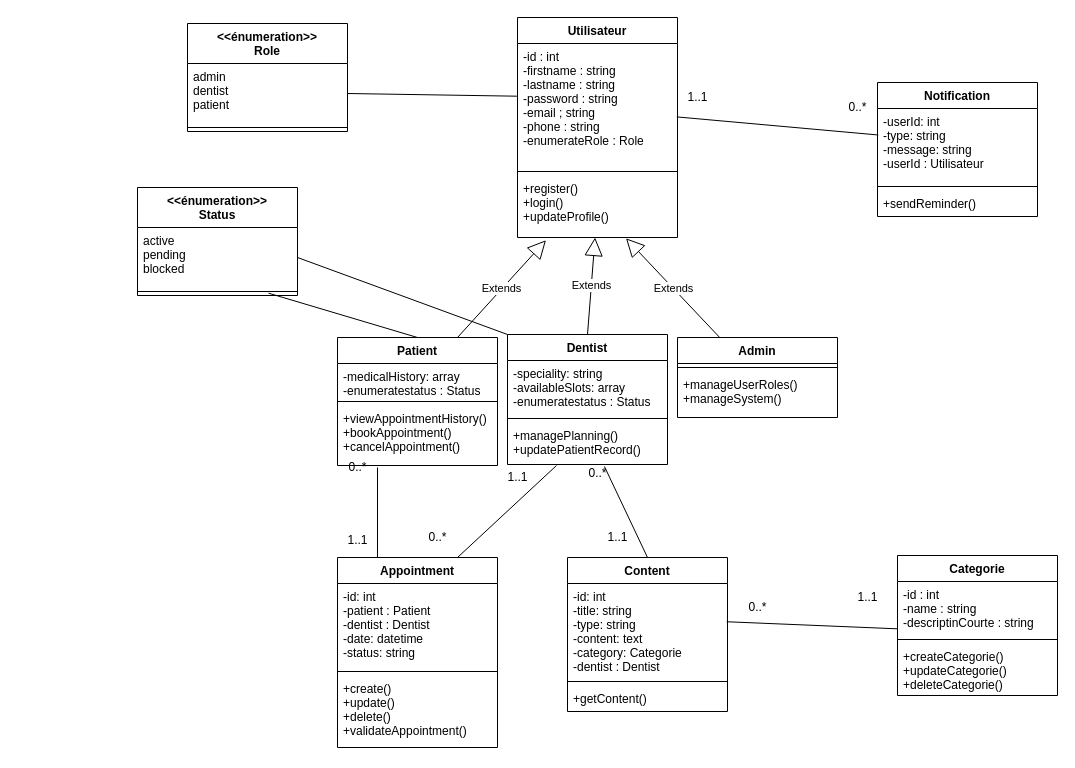
Before: CONCEPTION/DC.drawio in AmeksaKhadija/SmilHub, a draw.io diagram. Source tidied: cells renumbered, new cells numbered last; positions are measured from the earlier drawing's top-left corner, leaving out a move shared by most shapes. Both pictures are drawn from the tidied source at 100%, with x=0, y=0 at pixel (137, 17).
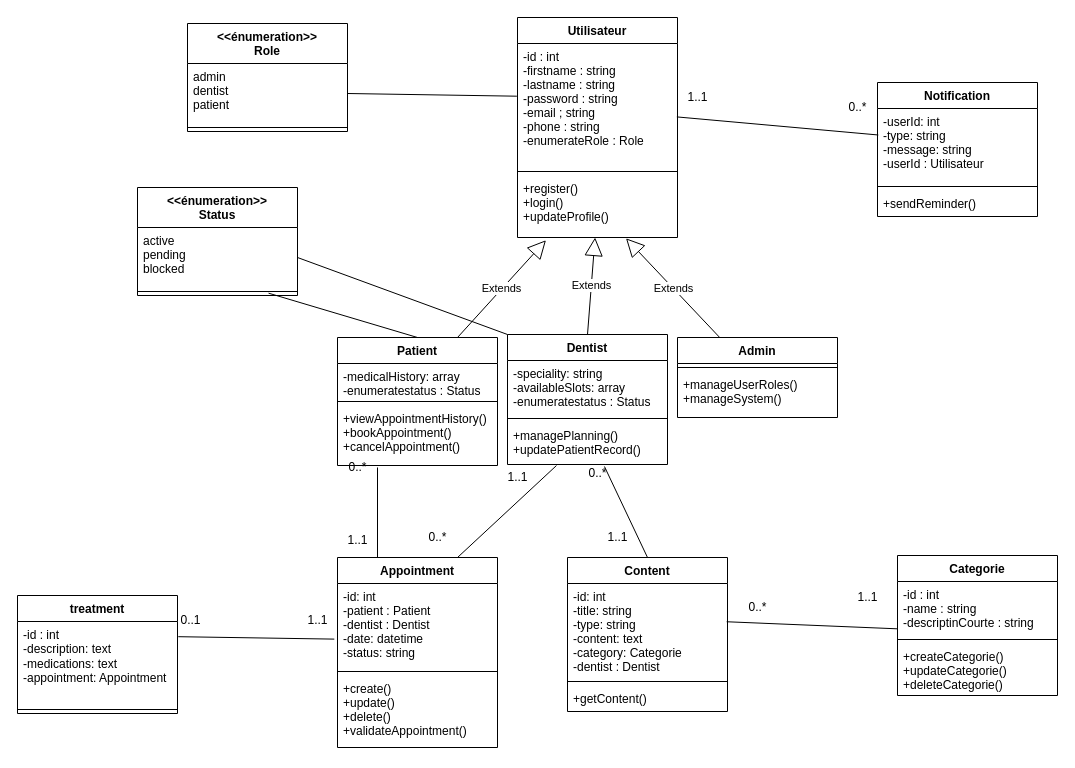
The same page after the edit.

Unchanged cells that the change refers to:
```xml
<mxCell id="10" value="-id: int&#10;-patient : Patient&#10;-dentist : Dentist&#10;-date: datetime&#10;-status: string" style="text;strokeColor=none;fillColor=none;align=left;verticalAlign=top;spacingLeft=4;spacingRight=4;overflow=hidden;points=[[0,0.5],[1,0.5]];portConstraint=eastwest;" parent="9" vertex="1">
  <mxGeometry y="26" width="160" height="84" as="geometry" />
</mxCell>
```

What changed in the source:
```diff
@@
+    <mxCell id="60" value="treatment" style="swimlane;fontStyle=1;align=center;verticalAlign=top;horizontal=1;startSize=26;whiteSpace=wrap;html=1;" parent="1" vertex="1">
+      <mxGeometry x="-120" y="578" width="160" height="118" as="geometry" />
+    </mxCell>
+    <mxCell id="61" value="&lt;div&gt;&lt;font color=&quot;#000000&quot;&gt;-id : int&lt;/font&gt;&lt;/div&gt;&lt;div&gt;&lt;span style=&quot;background-color: transparent;&quot;&gt;-description: text&amp;nbsp;&lt;/span&gt;&lt;/div&gt;&lt;div&gt;&lt;font color=&quot;#000000&quot;&gt;-medications: text&amp;nbsp;&lt;/font&gt;&lt;/div&gt;&lt;div&gt;&lt;font color=&quot;#000000&quot;&gt;-appointment: Appointment&amp;nbsp;&lt;/font&gt;&lt;/div&gt;" style="text;strokeColor=none;fillColor=none;align=left;verticalAlign=top;spacingLeft=4;spacingRight=4;overflow=hidden;points=[[0,0.5],[1,0.5]];portConstraint=eastwest;whiteSpace=wrap;html=1;" parent="60" vertex="1">
+      <mxGeometry y="26" width="160" height="84" as="geometry" />
+    </mxCell>
+    <mxCell id="62" style="line;strokeWidth=1;fillColor=none;align=left;verticalAlign=middle;spacingTop=-1;spacingLeft=3;spacingRight=3;labelPosition=right;strokeColor=inherit;" parent="60" vertex="1">
+      <mxGeometry y="110" width="160" height="8" as="geometry" />
+    </mxCell>
+    <mxCell id="63" style="endArrow=none;html=1;exitX=1.005;exitY=0.181;exitDx=0;exitDy=0;entryX=-0.02;entryY=0.662;entryDx=0;entryDy=0;entryPerimeter=0;exitPerimeter=0;" parent="1" edge="1" source="61" target="10">
+      <mxGeometry relative="1" as="geometry" />
+    </mxCell>
+    <mxCell id="64" value="0..1" style="text;html=1;align=center;verticalAlign=middle;strokeColor=none;fillColor=none;" parent="1" vertex="1">
+      <mxGeometry x="33" y="588" width="40" height="30" as="geometry" />
+    </mxCell>
+    <mxCell id="65" value="1..1" style="text;html=1;align=center;verticalAlign=middle;strokeColor=none;fillColor=none;" parent="1" vertex="1">
+      <mxGeometry x="160" y="588" width="40" height="30" as="geometry" />
+    </mxCell>
```
